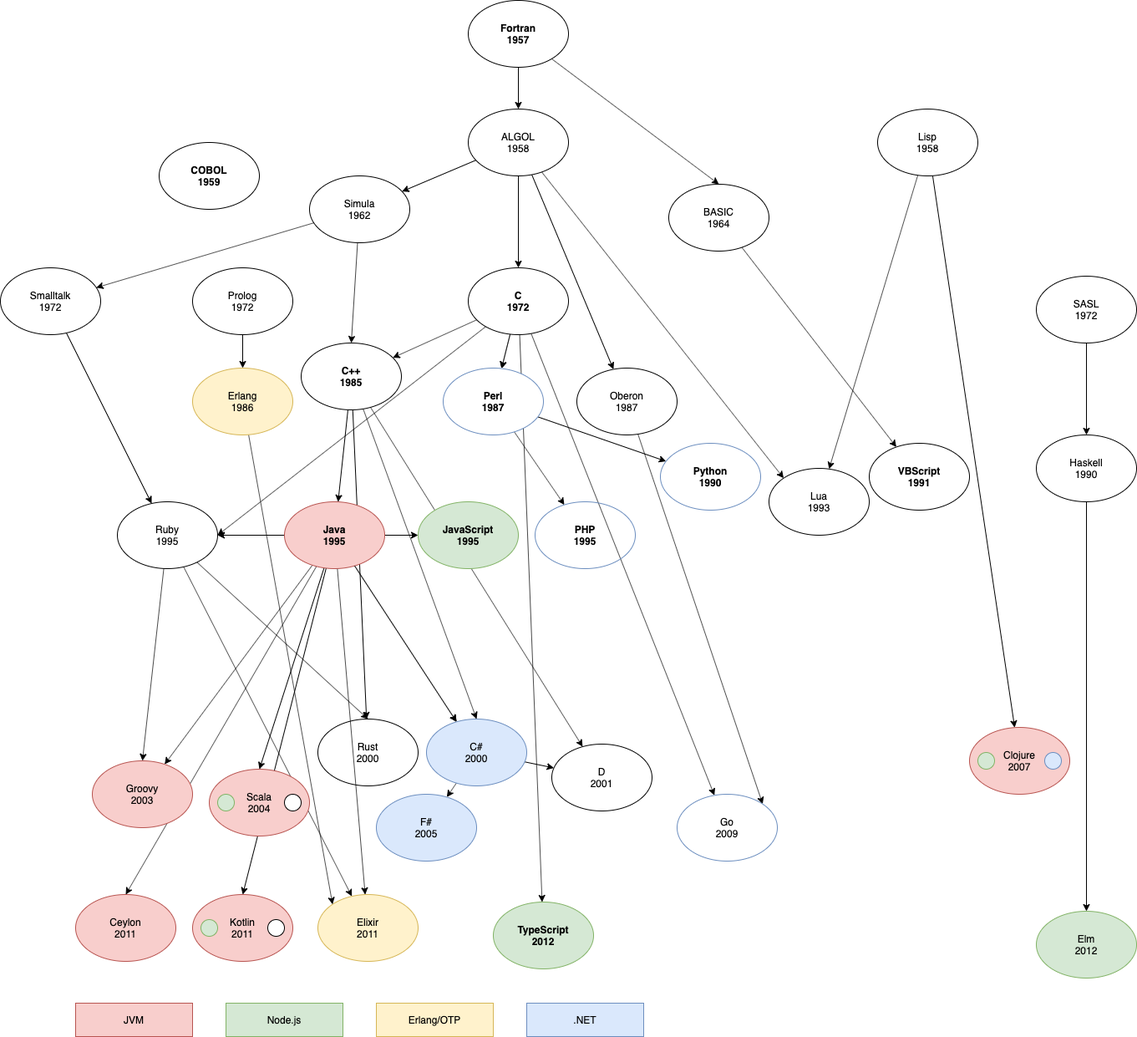
trutvo/dev-ecosystems keeps this draw.io diagram as lang-tree.png. Above is the earlier version. Source tidied: cells renumbered, new cells last; positions are measured from the earlier drawing's top-left corner, leaving out a move shared by most shapes. The source it was exported from:
```xml
<mxGraphModel>
  <root>
    <mxCell id="0" />
    <mxCell id="1" parent="0" />
    <mxCell id="2" style="edgeStyle=none;rounded=0;jettySize=auto;html=1;" parent="1" edge="1" source="5" target="9">
      <mxGeometry relative="1" as="geometry" />
    </mxCell>
    <mxCell id="3" style="edgeStyle=none;rounded=0;jettySize=auto;html=1;" parent="1" edge="1" source="5" target="83">
      <mxGeometry relative="1" as="geometry" />
    </mxCell>
    <mxCell id="4" style="rounded=0;jettySize=auto;html=1;exitX=0.5;exitY=1;exitDx=0;exitDy=0;" parent="1" edge="1" source="69" target="7">
      <mxGeometry relative="1" as="geometry" />
    </mxCell>
    <mxCell id="5" value="Lisp&lt;br&gt;1958" style="ellipse;whiteSpace=wrap;html=1;" parent="1" vertex="1">
      <mxGeometry x="1050" y="130" width="120" height="80" as="geometry" />
    </mxCell>
    <mxCell id="6" style="edgeStyle=none;rounded=0;jettySize=auto;html=1;" parent="1" edge="1" source="7" target="8">
      <mxGeometry relative="1" as="geometry" />
    </mxCell>
    <mxCell id="7" value="Haskell&lt;br&gt;1990" style="ellipse;whiteSpace=wrap;html=1;" parent="1" vertex="1">
      <mxGeometry x="1240" y="520" width="120" height="80" as="geometry" />
    </mxCell>
    <mxCell id="8" value="Elm&lt;br&gt;2012" style="ellipse;whiteSpace=wrap;html=1;fillColor=#d5e8d4;strokeColor=#82b366;" parent="1" vertex="1">
      <mxGeometry x="1240" y="1090" width="120" height="80" as="geometry" />
    </mxCell>
    <mxCell id="9" value="Lua&lt;br&gt;1993" style="ellipse;whiteSpace=wrap;html=1;" parent="1" vertex="1">
      <mxGeometry x="920" y="560" width="120" height="80" as="geometry" />
    </mxCell>
    <mxCell id="10" value="COBOL&lt;br&gt;1959" style="ellipse;whiteSpace=wrap;html=1;fontStyle=1;" parent="1" vertex="1">
      <mxGeometry x="190" y="170" width="120" height="80" as="geometry" />
    </mxCell>
    <mxCell id="11" style="edgeStyle=none;rounded=0;jettySize=auto;html=1;exitX=0.5;exitY=1;exitDx=0;exitDy=0;" parent="1" edge="1" source="18" target="37">
      <mxGeometry relative="1" as="geometry" />
    </mxCell>
    <mxCell id="12" style="edgeStyle=none;rounded=0;jettySize=auto;html=1;" parent="1" edge="1" source="14" target="18">
      <mxGeometry relative="1" as="geometry" />
    </mxCell>
    <mxCell id="13" style="edgeStyle=none;rounded=0;jettySize=auto;html=1;entryX=0.5;entryY=0;entryDx=0;entryDy=0;" parent="1" edge="1" source="14" target="65">
      <mxGeometry relative="1" as="geometry" />
    </mxCell>
    <mxCell id="14" value="Fortran&lt;br&gt;1957" style="ellipse;whiteSpace=wrap;html=1;fontStyle=1;" parent="1" vertex="1">
      <mxGeometry x="560" width="120" height="80" as="geometry" />
    </mxCell>
    <mxCell id="15" style="edgeStyle=none;rounded=0;jettySize=auto;html=1;" parent="1" edge="1" source="18" target="23">
      <mxGeometry relative="1" as="geometry" />
    </mxCell>
    <mxCell id="16" style="edgeStyle=none;rounded=0;jettySize=auto;html=1;" parent="1" edge="1" source="18" target="20">
      <mxGeometry relative="1" as="geometry" />
    </mxCell>
    <mxCell id="17" style="edgeStyle=none;rounded=0;jettySize=auto;html=1;entryX=0;entryY=0;entryDx=0;entryDy=0;" parent="1" edge="1" source="18" target="9">
      <mxGeometry relative="1" as="geometry" />
    </mxCell>
    <mxCell id="18" value="ALGOL&lt;br&gt;1958" style="ellipse;whiteSpace=wrap;html=1;" parent="1" vertex="1">
      <mxGeometry x="560" y="130" width="120" height="80" as="geometry" />
    </mxCell>
    <mxCell id="19" style="edgeStyle=none;rounded=0;jettySize=auto;html=1;entryX=1;entryY=0;entryDx=0;entryDy=0;" parent="1" edge="1" source="20" target="41">
      <mxGeometry relative="1" as="geometry" />
    </mxCell>
    <mxCell id="20" value="Oberon&lt;br&gt;1987" style="ellipse;whiteSpace=wrap;html=1;" parent="1" vertex="1">
      <mxGeometry x="690" y="440" width="120" height="80" as="geometry" />
    </mxCell>
    <mxCell id="21" style="edgeStyle=none;rounded=0;jettySize=auto;html=1;" parent="1" edge="1" source="23" target="25">
      <mxGeometry relative="1" as="geometry" />
    </mxCell>
    <mxCell id="22" style="edgeStyle=none;rounded=0;jettySize=auto;html=1;entryX=0.5;entryY=0;entryDx=0;entryDy=0;" parent="1" edge="1" source="23" target="76">
      <mxGeometry relative="1" as="geometry" />
    </mxCell>
    <mxCell id="23" value="Simula&lt;br&gt;1962" style="ellipse;whiteSpace=wrap;html=1;" parent="1" vertex="1">
      <mxGeometry x="370" y="210" width="120" height="80" as="geometry" />
    </mxCell>
    <mxCell id="24" style="edgeStyle=none;rounded=0;jettySize=auto;html=1;" parent="1" edge="1" source="25" target="29">
      <mxGeometry relative="1" as="geometry" />
    </mxCell>
    <mxCell id="25" value="Smalltalk&lt;br&gt;1972" style="ellipse;whiteSpace=wrap;html=1;" parent="1" vertex="1">
      <mxGeometry y="320" width="120" height="80" as="geometry" />
    </mxCell>
    <mxCell id="26" style="edgeStyle=none;rounded=0;jettySize=auto;html=1;entryX=0.5;entryY=0;entryDx=0;entryDy=0;" parent="1" edge="1" source="29" target="59">
      <mxGeometry relative="1" as="geometry" />
    </mxCell>
    <mxCell id="27" style="edgeStyle=none;rounded=0;jettySize=auto;html=1;" parent="1" edge="1" source="29" target="30">
      <mxGeometry relative="1" as="geometry" />
    </mxCell>
    <mxCell id="28" style="edgeStyle=none;rounded=0;jettySize=auto;html=1;entryX=0.5;entryY=0;entryDx=0;entryDy=0;" parent="1" edge="1" source="29" target="46">
      <mxGeometry relative="1" as="geometry" />
    </mxCell>
    <mxCell id="29" value="Ruby&lt;br&gt;1995" style="ellipse;whiteSpace=wrap;html=1;" parent="1" vertex="1">
      <mxGeometry x="140" y="600" width="120" height="80" as="geometry" />
    </mxCell>
    <mxCell id="30" value="Elixir&lt;br&gt;2011" style="ellipse;whiteSpace=wrap;html=1;fillColor=#fff2cc;strokeColor=#d6b656;" parent="1" vertex="1">
      <mxGeometry x="380" y="1070" width="120" height="80" as="geometry" />
    </mxCell>
    <mxCell id="31" style="rounded=0;jettySize=auto;html=1;" parent="1" edge="1" source="37" target="76">
      <mxGeometry relative="1" as="geometry" />
    </mxCell>
    <mxCell id="32" style="edgeStyle=none;rounded=0;jettySize=auto;html=1;entryX=1;entryY=0.5;entryDx=0;entryDy=0;" parent="1" edge="1" source="37" target="29">
      <mxGeometry relative="1" as="geometry" />
    </mxCell>
    <mxCell id="33" style="edgeStyle=none;rounded=0;jettySize=auto;html=1;" parent="1" edge="1" source="37" target="41">
      <mxGeometry relative="1" as="geometry" />
    </mxCell>
    <mxCell id="34" style="edgeStyle=none;rounded=0;jettySize=auto;html=1;" parent="1" edge="1" source="37" target="74">
      <mxGeometry relative="1" as="geometry" />
    </mxCell>
    <mxCell id="35" style="edgeStyle=none;rounded=0;jettySize=auto;html=1;" parent="1" edge="1" source="74" target="38">
      <mxGeometry relative="1" as="geometry" />
    </mxCell>
    <mxCell id="36" style="edgeStyle=none;rounded=0;jettySize=auto;html=1;" parent="1" edge="1" source="37" target="77">
      <mxGeometry relative="1" as="geometry" />
    </mxCell>
    <mxCell id="37" value="C&lt;br&gt;1972" style="ellipse;whiteSpace=wrap;html=1;fontStyle=1;" parent="1" vertex="1">
      <mxGeometry x="560" y="320" width="120" height="80" as="geometry" />
    </mxCell>
    <mxCell id="38" value="Python&lt;br&gt;1990" style="ellipse;whiteSpace=wrap;html=1;fillColor=#ffffff;strokeColor=#6c8ebf;fontStyle=1;" parent="1" vertex="1">
      <mxGeometry x="790" y="530" width="120" height="80" as="geometry" />
    </mxCell>
    <mxCell id="39" style="edgeStyle=none;rounded=0;jettySize=auto;html=1;" parent="1" edge="1" source="74" target="40">
      <mxGeometry relative="1" as="geometry" />
    </mxCell>
    <mxCell id="40" value="PHP&lt;br&gt;1995" style="ellipse;whiteSpace=wrap;html=1;fillColor=none;strokeColor=#6c8ebf;fontStyle=1;" parent="1" vertex="1">
      <mxGeometry x="640" y="600" width="120" height="80" as="geometry" />
    </mxCell>
    <mxCell id="41" value="Go&lt;br&gt;2009" style="ellipse;whiteSpace=wrap;html=1;fillColor=#ffffff;strokeColor=#6c8ebf;" parent="1" vertex="1">
      <mxGeometry x="810" y="950" width="120" height="80" as="geometry" />
    </mxCell>
    <mxCell id="42" style="rounded=0;jettySize=auto;html=1;" parent="1" edge="1" source="76" target="56">
      <mxGeometry relative="1" as="geometry" />
    </mxCell>
    <mxCell id="43" style="edgeStyle=none;rounded=0;jettySize=auto;html=1;entryX=0.5;entryY=0;entryDx=0;entryDy=0;" parent="1" edge="1" source="76" target="72">
      <mxGeometry relative="1" as="geometry" />
    </mxCell>
    <mxCell id="44" style="edgeStyle=none;rounded=0;jettySize=auto;html=1;" parent="1" edge="1" source="76" target="46">
      <mxGeometry relative="1" as="geometry" />
    </mxCell>
    <mxCell id="45" style="edgeStyle=none;rounded=0;jettySize=auto;html=1;" parent="1" edge="1" source="76" target="57">
      <mxGeometry relative="1" as="geometry" />
    </mxCell>
    <mxCell id="46" value="Rust&lt;br&gt;2000" style="ellipse;whiteSpace=wrap;html=1;" parent="1" vertex="1">
      <mxGeometry x="380" y="860" width="120" height="80" as="geometry" />
    </mxCell>
    <mxCell id="47" style="edgeStyle=none;rounded=0;jettySize=auto;html=1;" parent="1" edge="1" source="56" target="72">
      <mxGeometry relative="1" as="geometry" />
    </mxCell>
    <mxCell id="48" style="edgeStyle=none;rounded=0;jettySize=auto;html=1;" parent="1" edge="1" source="56" target="59">
      <mxGeometry relative="1" as="geometry" />
    </mxCell>
    <mxCell id="49" style="edgeStyle=none;rounded=0;jettySize=auto;html=1;" parent="1" edge="1" source="56" target="30">
      <mxGeometry relative="1" as="geometry" />
    </mxCell>
    <mxCell id="50" style="edgeStyle=none;rounded=0;jettySize=auto;html=1;" parent="1" edge="1" source="56" target="58">
      <mxGeometry relative="1" as="geometry" />
    </mxCell>
    <mxCell id="51" style="edgeStyle=none;rounded=0;jettySize=auto;html=1;entryX=0.5;entryY=0;entryDx=0;entryDy=0;" parent="1" edge="1" source="56" target="67">
      <mxGeometry relative="1" as="geometry" />
    </mxCell>
    <mxCell id="52" style="edgeStyle=none;rounded=0;jettySize=auto;html=1;entryX=0.5;entryY=0;entryDx=0;entryDy=0;" parent="1" edge="1" source="56" target="68">
      <mxGeometry relative="1" as="geometry" />
    </mxCell>
    <mxCell id="53" style="edgeStyle=none;rounded=0;jettySize=auto;html=1;" parent="1" edge="1" source="72" target="57">
      <mxGeometry relative="1" as="geometry" />
    </mxCell>
    <mxCell id="54" style="edgeStyle=none;rounded=0;jettySize=auto;html=1;" parent="1" edge="1" source="56" target="29">
      <mxGeometry relative="1" as="geometry" />
    </mxCell>
    <mxCell id="55" style="edgeStyle=none;rounded=0;jettySize=auto;html=1;entryX=0.5;entryY=0;entryDx=0;entryDy=0;" parent="1" edge="1" source="56" target="70">
      <mxGeometry relative="1" as="geometry" />
    </mxCell>
    <mxCell id="56" value="Java&lt;br&gt;1995" style="ellipse;whiteSpace=wrap;html=1;fillColor=#f8cecc;strokeColor=#b85450;fontStyle=1;" parent="1" vertex="1">
      <mxGeometry x="340" y="600" width="120" height="80" as="geometry" />
    </mxCell>
    <mxCell id="57" value="D&lt;br&gt;2001" style="ellipse;whiteSpace=wrap;html=1;" parent="1" vertex="1">
      <mxGeometry x="660" y="890" width="120" height="80" as="geometry" />
    </mxCell>
    <mxCell id="58" value="JavaScript&lt;br&gt;1995" style="ellipse;whiteSpace=wrap;html=1;fillColor=#d5e8d4;strokeColor=#82b366;fontStyle=1;" parent="1" vertex="1">
      <mxGeometry x="500" y="600" width="120" height="80" as="geometry" />
    </mxCell>
    <mxCell id="59" value="Groovy&lt;br&gt;2003" style="ellipse;whiteSpace=wrap;html=1;fillColor=#f8cecc;strokeColor=#b85450;" parent="1" vertex="1">
      <mxGeometry x="110" y="910" width="120" height="80" as="geometry" />
    </mxCell>
    <mxCell id="60" style="edgeStyle=none;rounded=0;jettySize=auto;html=1;" parent="1" edge="1" source="61" target="63">
      <mxGeometry relative="1" as="geometry" />
    </mxCell>
    <mxCell id="61" value="Prolog&lt;br&gt;1972" style="ellipse;whiteSpace=wrap;html=1;" parent="1" vertex="1">
      <mxGeometry x="230" y="320" width="120" height="80" as="geometry" />
    </mxCell>
    <mxCell id="62" style="edgeStyle=none;rounded=0;jettySize=auto;html=1;entryX=0;entryY=0;entryDx=0;entryDy=0;" parent="1" edge="1" source="63" target="30">
      <mxGeometry relative="1" as="geometry" />
    </mxCell>
    <mxCell id="63" value="Erlang&lt;br&gt;1986" style="ellipse;whiteSpace=wrap;html=1;fillColor=#fff2cc;strokeColor=#d6b656;" parent="1" vertex="1">
      <mxGeometry x="230" y="440" width="120" height="80" as="geometry" />
    </mxCell>
    <mxCell id="64" style="edgeStyle=none;rounded=0;jettySize=auto;html=1;" parent="1" edge="1" source="65" target="66">
      <mxGeometry relative="1" as="geometry" />
    </mxCell>
    <mxCell id="65" value="BASIC&lt;br&gt;1964" style="ellipse;whiteSpace=wrap;html=1;" parent="1" vertex="1">
      <mxGeometry x="800" y="220" width="120" height="80" as="geometry" />
    </mxCell>
    <mxCell id="66" value="VBScript&lt;br&gt;1991" style="ellipse;whiteSpace=wrap;html=1;fontStyle=1;" parent="1" vertex="1">
      <mxGeometry x="1040" y="530" width="120" height="80" as="geometry" />
    </mxCell>
    <mxCell id="67" value="Scala&lt;br&gt;2004" style="ellipse;whiteSpace=wrap;html=1;fillColor=#f8cecc;strokeColor=#b85450;" parent="1" vertex="1">
      <mxGeometry x="250" y="920" width="120" height="80" as="geometry" />
    </mxCell>
    <mxCell id="68" value="Kotlin&lt;br&gt;2011" style="ellipse;whiteSpace=wrap;html=1;fillColor=#f8cecc;strokeColor=#b85450;" parent="1" vertex="1">
      <mxGeometry x="230" y="1070" width="120" height="80" as="geometry" />
    </mxCell>
    <mxCell id="69" value="SASL&lt;br&gt;1972" style="ellipse;whiteSpace=wrap;html=1;" parent="1" vertex="1">
      <mxGeometry x="1240" y="330" width="120" height="80" as="geometry" />
    </mxCell>
    <mxCell id="70" value="Ceylon&lt;br&gt;2011" style="ellipse;whiteSpace=wrap;html=1;fillColor=#f8cecc;strokeColor=#b85450;" parent="1" vertex="1">
      <mxGeometry x="90" y="1070" width="120" height="80" as="geometry" />
    </mxCell>
    <mxCell id="71" style="rounded=0;jettySize=auto;html=1;" parent="1" edge="1" source="72" target="90">
      <mxGeometry relative="1" as="geometry" />
    </mxCell>
    <mxCell id="72" value="C#&lt;br&gt;2000" style="ellipse;whiteSpace=wrap;html=1;fillColor=#dae8fc;strokeColor=#6c8ebf;" parent="1" vertex="1">
      <mxGeometry x="510" y="860" width="120" height="80" as="geometry" />
    </mxCell>
    <mxCell id="73" style="edgeStyle=none;rounded=0;jettySize=auto;html=1;" parent="1" edge="1" source="56" target="72">
      <mxGeometry relative="1" as="geometry" />
    </mxCell>
    <mxCell id="74" value="Perl&lt;br&gt;1987" style="ellipse;whiteSpace=wrap;html=1;fillColor=#ffffff;strokeColor=#6c8ebf;fontStyle=1;" parent="1" vertex="1">
      <mxGeometry x="530" y="440" width="120" height="80" as="geometry" />
    </mxCell>
    <mxCell id="75" style="edgeStyle=none;rounded=0;jettySize=auto;html=1;" parent="1" edge="1" source="37" target="74">
      <mxGeometry relative="1" as="geometry" />
    </mxCell>
    <mxCell id="76" value="C++&lt;br&gt;1985" style="ellipse;whiteSpace=wrap;html=1;fontStyle=1;" parent="1" vertex="1">
      <mxGeometry x="360" y="410" width="120" height="80" as="geometry" />
    </mxCell>
    <mxCell id="77" value="TypeScript&lt;br&gt;2012" style="ellipse;whiteSpace=wrap;html=1;fillColor=#d5e8d4;strokeColor=#82b366;fontStyle=1;" parent="1" vertex="1">
      <mxGeometry x="590" y="1079" width="120" height="80" as="geometry" />
    </mxCell>
    <mxCell id="78" style="ellipse;whiteSpace=wrap;html=1;fillColor=#d5e8d4;strokeColor=#82b366;" parent="1" vertex="1">
      <mxGeometry x="240" y="1100" width="20" height="20" as="geometry" />
    </mxCell>
    <mxCell id="79" style="ellipse;whiteSpace=wrap;html=1;" parent="1" vertex="1">
      <mxGeometry x="320" y="1100" width="20" height="20" as="geometry" />
    </mxCell>
    <mxCell id="80" style="ellipse;whiteSpace=wrap;html=1;fillColor=#d5e8d4;strokeColor=#82b366;" parent="1" vertex="1">
      <mxGeometry x="260" y="950" width="20" height="20" as="geometry" />
    </mxCell>
    <mxCell id="81" style="ellipse;whiteSpace=wrap;html=1;" parent="1" vertex="1">
      <mxGeometry x="340" y="950" width="20" height="20" as="geometry" />
    </mxCell>
    <mxCell id="82" style="group;" parent="1" vertex="1">
      <mxGeometry x="1160" y="870" width="120" height="80" as="geometry" />
    </mxCell>
    <mxCell id="83" value="Clojure&lt;br&gt;2007" style="ellipse;whiteSpace=wrap;html=1;fillColor=#f8cecc;strokeColor=#b85450;" parent="82" vertex="1">
      <mxGeometry width="120" height="80" as="geometry" />
    </mxCell>
    <mxCell id="84" style="ellipse;whiteSpace=wrap;html=1;fillColor=#d5e8d4;strokeColor=#82b366;" parent="82" vertex="1">
      <mxGeometry x="10" y="30" width="20" height="20" as="geometry" />
    </mxCell>
    <mxCell id="85" style="ellipse;whiteSpace=wrap;html=1;fillColor=#dae8fc;strokeColor=#6c8ebf;" parent="82" vertex="1">
      <mxGeometry x="90" y="30" width="20" height="20" as="geometry" />
    </mxCell>
    <mxCell id="86" value="JVM" style="rounded=0;whiteSpace=wrap;html=1;fillColor=#f8cecc;strokeColor=#b85450;" parent="1" vertex="1">
      <mxGeometry x="90" y="1200" width="140" height="40" as="geometry" />
    </mxCell>
    <mxCell id="87" value="Node.js" style="rounded=0;whiteSpace=wrap;html=1;fillColor=#d5e8d4;strokeColor=#82b366;" parent="1" vertex="1">
      <mxGeometry x="270" y="1200" width="140" height="40" as="geometry" />
    </mxCell>
    <mxCell id="88" value="Erlang/OTP" style="rounded=0;whiteSpace=wrap;html=1;fillColor=#fff2cc;strokeColor=#d6b656;" parent="1" vertex="1">
      <mxGeometry x="450" y="1200" width="140" height="40" as="geometry" />
    </mxCell>
    <mxCell id="89" value=".NET" style="rounded=0;whiteSpace=wrap;html=1;fillColor=#dae8fc;strokeColor=#6c8ebf;" parent="1" vertex="1">
      <mxGeometry x="630" y="1200" width="140" height="40" as="geometry" />
    </mxCell>
    <mxCell id="90" value="F#&lt;br&gt;2005" style="ellipse;whiteSpace=wrap;html=1;fillColor=#dae8fc;strokeColor=#6c8ebf;" parent="1" vertex="1">
      <mxGeometry x="450" y="950" width="120" height="80" as="geometry" />
    </mxCell>
  </root>
</mxGraphModel>
```
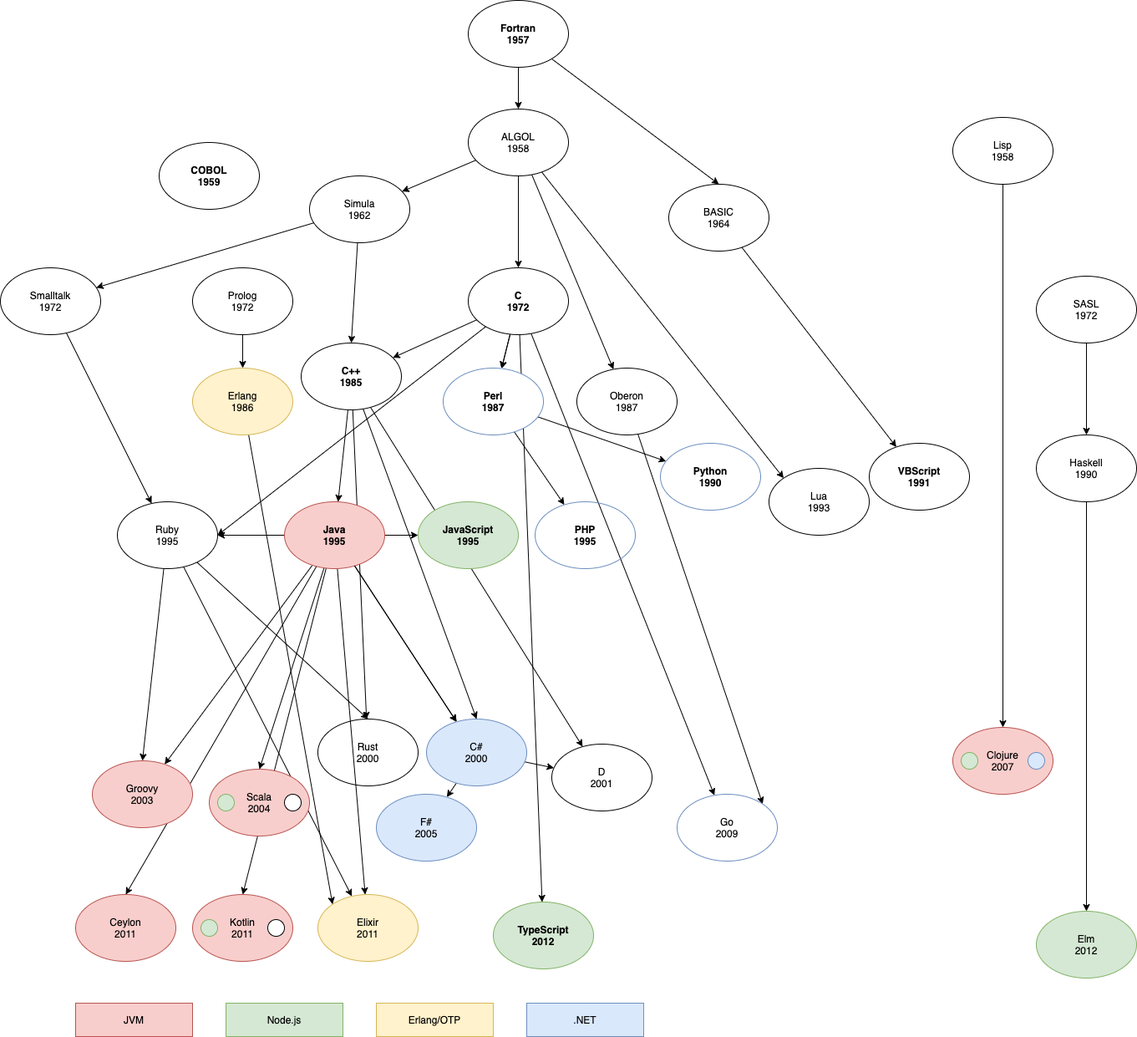
Later version of the same file.

Commit message:
remove connection lua to lisp

Diff of the diagram source:
```diff
@@ -2,9 +2,6 @@
   <root>
     <mxCell id="0" />
     <mxCell id="1" parent="0" />
-    <mxCell id="2" style="edgeStyle=none;rounded=0;jettySize=auto;html=1;" parent="1" edge="1" source="5" target="9">
-      <mxGeometry relative="1" as="geometry" />
-    </mxCell>
     <mxCell id="3" style="edgeStyle=none;rounded=0;jettySize=auto;html=1;" parent="1" edge="1" source="5" target="83">
       <mxGeometry relative="1" as="geometry" />
     </mxCell>
@@ -12,7 +9,7 @@
       <mxGeometry relative="1" as="geometry" />
     </mxCell>
     <mxCell id="5" value="Lisp&lt;br&gt;1958" style="ellipse;whiteSpace=wrap;html=1;" parent="1" vertex="1">
-      <mxGeometry x="1050" y="130" width="120" height="80" as="geometry" />
+      <mxGeometry x="1140" y="140" width="120" height="80" as="geometry" />
     </mxCell>
     <mxCell id="6" style="edgeStyle=none;rounded=0;jettySize=auto;html=1;" parent="1" edge="1" source="7" target="8">
       <mxGeometry relative="1" as="geometry" />
@@ -243,7 +240,7 @@
       <mxGeometry x="340" y="950" width="20" height="20" as="geometry" />
     </mxCell>
     <mxCell id="82" style="group;" parent="1" vertex="1">
-      <mxGeometry x="1160" y="870" width="120" height="80" as="geometry" />
+      <mxGeometry x="1140" y="870" width="120" height="80" as="geometry" />
     </mxCell>
     <mxCell id="83" value="Clojure&lt;br&gt;2007" style="ellipse;whiteSpace=wrap;html=1;fillColor=#f8cecc;strokeColor=#b85450;" parent="82" vertex="1">
       <mxGeometry width="120" height="80" as="geometry" />
```
